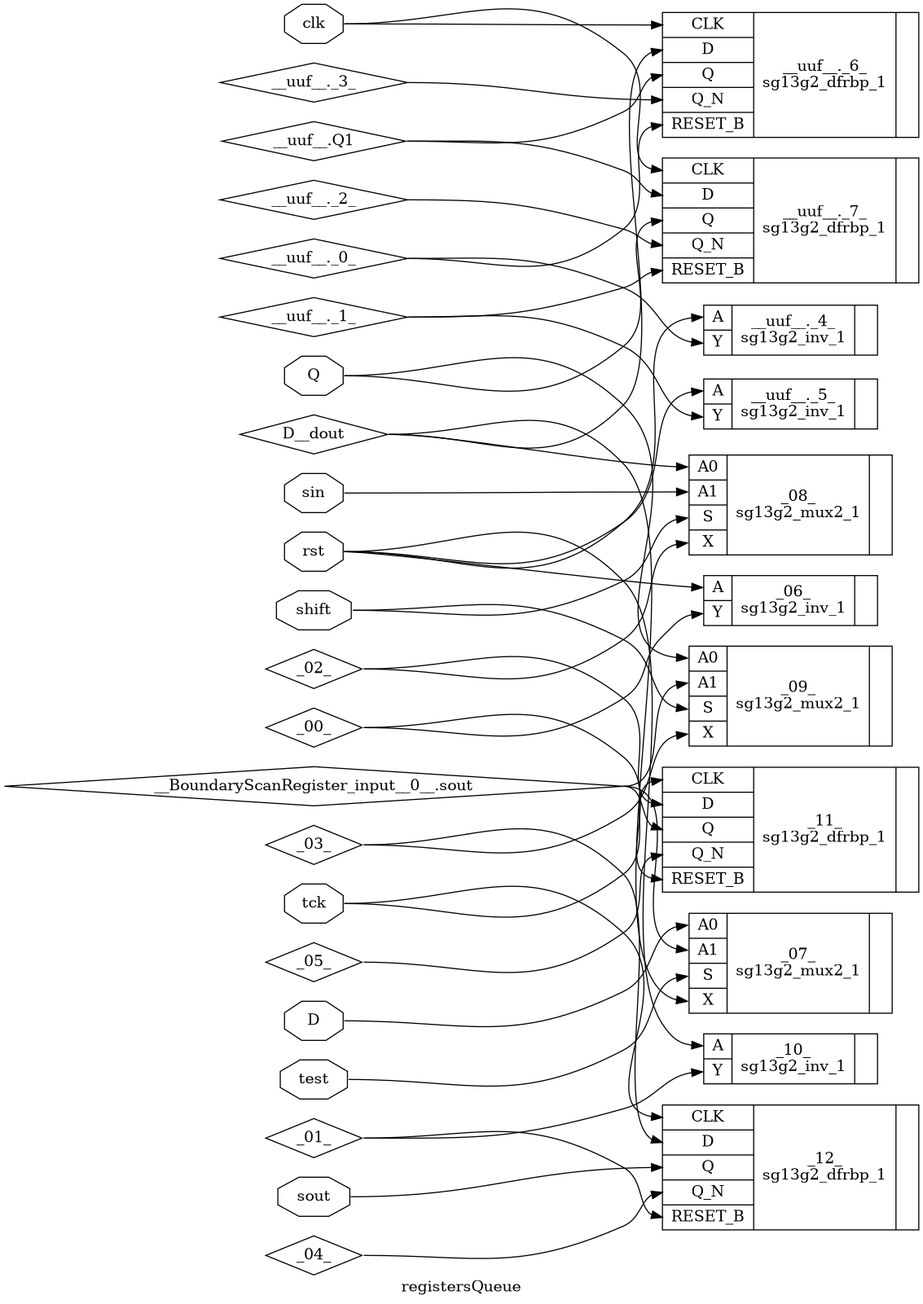
Above: fault/130nm/registersQueue/img/registersQueue_sc.png in FilippoCarlone11/proveSintesi (Graphviz), before the change. Its source is kept beside it as fault/130nm/registersQueue/img/registersQueue_sc.dot. Its diagram source:
```dot
digraph "registersQueue" {
label="registersQueue";
rankdir="LR";
remincross=true;
n1 [ shape=diamond, label="__uuf__._3_", color="black", fontcolor="black"];
n2 [ shape=diamond, label="__uuf__._2_", color="black", fontcolor="black"];
n3 [ shape=diamond, label="__uuf__._1_", color="black", fontcolor="black"];
n4 [ shape=diamond, label="__uuf__._0_", color="black", fontcolor="black"];
n5 [ shape=diamond, label="__uuf__.Q1", color="black", fontcolor="black"];
n6 [ shape=diamond, label="__BoundaryScanRegister_input__0__.sout", color="black", fontcolor="black"];
n7 [ shape=diamond, label="D__dout", color="black", fontcolor="black"];
n8 [ shape=diamond, label="_05_", color="black", fontcolor="black"];
n9 [ shape=diamond, label="_04_", color="black", fontcolor="black"];
n10 [ shape=diamond, label="_03_", color="black", fontcolor="black"];
n11 [ shape=diamond, label="_02_", color="black", fontcolor="black"];
n12 [ shape=diamond, label="_01_", color="black", fontcolor="black"];
n13 [ shape=diamond, label="_00_", color="black", fontcolor="black"];
n14 [ shape=octagon, label="test", color="black", fontcolor="black"];
n15 [ shape=octagon, label="tck", color="black", fontcolor="black"];
n16 [ shape=octagon, label="sout", color="black", fontcolor="black"];
n17 [ shape=octagon, label="shift", color="black", fontcolor="black"];
n18 [ shape=octagon, label="sin", color="black", fontcolor="black"];
n19 [ shape=octagon, label="Q", color="black", fontcolor="black"];
n20 [ shape=octagon, label="D", color="black", fontcolor="black"];
n21 [ shape=octagon, label="rst", color="black", fontcolor="black"];
n22 [ shape=octagon, label="clk", color="black", fontcolor="black"];
c26 [ shape=record, label="{{<p23> CLK|<p20> D|<p19> Q|<p24> Q_N|<p25> RESET_B}|__uuf__._7_\nsg13g2_dfrbp_1|{}}",  ];
c27 [ shape=record, label="{{<p23> CLK|<p20> D|<p19> Q|<p24> Q_N|<p25> RESET_B}|__uuf__._6_\nsg13g2_dfrbp_1|{}}",  ];
c30 [ shape=record, label="{{<p28> A|<p29> Y}|__uuf__._5_\nsg13g2_inv_1|{}}",  ];
c31 [ shape=record, label="{{<p28> A|<p29> Y}|__uuf__._4_\nsg13g2_inv_1|{}}",  ];
c32 [ shape=record, label="{{<p23> CLK|<p20> D|<p19> Q|<p24> Q_N|<p25> RESET_B}|_12_\nsg13g2_dfrbp_1|{}}",  ];
c33 [ shape=record, label="{{<p23> CLK|<p20> D|<p19> Q|<p24> Q_N|<p25> RESET_B}|_11_\nsg13g2_dfrbp_1|{}}",  ];
c34 [ shape=record, label="{{<p28> A|<p29> Y}|_10_\nsg13g2_inv_1|{}}",  ];
c39 [ shape=record, label="{{<p35> A0|<p36> A1|<p37> S|<p38> X}|_09_\nsg13g2_mux2_1|{}}",  ];
c40 [ shape=record, label="{{<p35> A0|<p36> A1|<p37> S|<p38> X}|_08_\nsg13g2_mux2_1|{}}",  ];
c41 [ shape=record, label="{{<p35> A0|<p36> A1|<p37> S|<p38> X}|_07_\nsg13g2_mux2_1|{}}",  ];
c42 [ shape=record, label="{{<p28> A|<p29> Y}|_06_\nsg13g2_inv_1|{}}",  ];
n1:e -> c27:p24:w [color="black", fontcolor="black", label=""];
n10:e -> c32:p20:w [color="black", fontcolor="black", label=""];
n10:e -> c39:p38:w [color="black", fontcolor="black", label=""];
n11:e -> c33:p20:w [color="black", fontcolor="black", label=""];
n11:e -> c40:p38:w [color="black", fontcolor="black", label=""];
n12:e -> c32:p25:w [color="black", fontcolor="black", label=""];
n12:e -> c34:p29:w [color="black", fontcolor="black", label=""];
n13:e -> c33:p25:w [color="black", fontcolor="black", label=""];
n13:e -> c42:p29:w [color="black", fontcolor="black", label=""];
n14:e -> c41:p37:w [color="black", fontcolor="black", label=""];
n15:e -> c32:p23:w [color="black", fontcolor="black", label=""];
n15:e -> c33:p23:w [color="black", fontcolor="black", label=""];
n16:e -> c32:p19:w [color="black", fontcolor="black", label=""];
n17:e -> c39:p37:w [color="black", fontcolor="black", label=""];
n17:e -> c40:p37:w [color="black", fontcolor="black", label=""];
n18:e -> c40:p36:w [color="black", fontcolor="black", label=""];
n19:e -> c26:p19:w [color="black", fontcolor="black", label=""];
n19:e -> c39:p35:w [color="black", fontcolor="black", label=""];
n2:e -> c26:p24:w [color="black", fontcolor="black", label=""];
n20:e -> c41:p35:w [color="black", fontcolor="black", label=""];
n21:e -> c30:p28:w [color="black", fontcolor="black", label=""];
n21:e -> c31:p28:w [color="black", fontcolor="black", label=""];
n21:e -> c34:p28:w [color="black", fontcolor="black", label=""];
n21:e -> c42:p28:w [color="black", fontcolor="black", label=""];
n22:e -> c26:p23:w [color="black", fontcolor="black", label=""];
n22:e -> c27:p23:w [color="black", fontcolor="black", label=""];
n3:e -> c26:p25:w [color="black", fontcolor="black", label=""];
n3:e -> c30:p29:w [color="black", fontcolor="black", label=""];
n4:e -> c27:p25:w [color="black", fontcolor="black", label=""];
n4:e -> c31:p29:w [color="black", fontcolor="black", label=""];
n5:e -> c26:p20:w [color="black", fontcolor="black", label=""];
n5:e -> c27:p19:w [color="black", fontcolor="black", label=""];
n6:e -> c33:p19:w [color="black", fontcolor="black", label=""];
n6:e -> c39:p36:w [color="black", fontcolor="black", label=""];
n6:e -> c41:p36:w [color="black", fontcolor="black", label=""];
n7:e -> c27:p20:w [color="black", fontcolor="black", label=""];
n7:e -> c40:p35:w [color="black", fontcolor="black", label=""];
n7:e -> c41:p38:w [color="black", fontcolor="black", label=""];
n8:e -> c33:p24:w [color="black", fontcolor="black", label=""];
n9:e -> c32:p24:w [color="black", fontcolor="black", label=""];
}
```
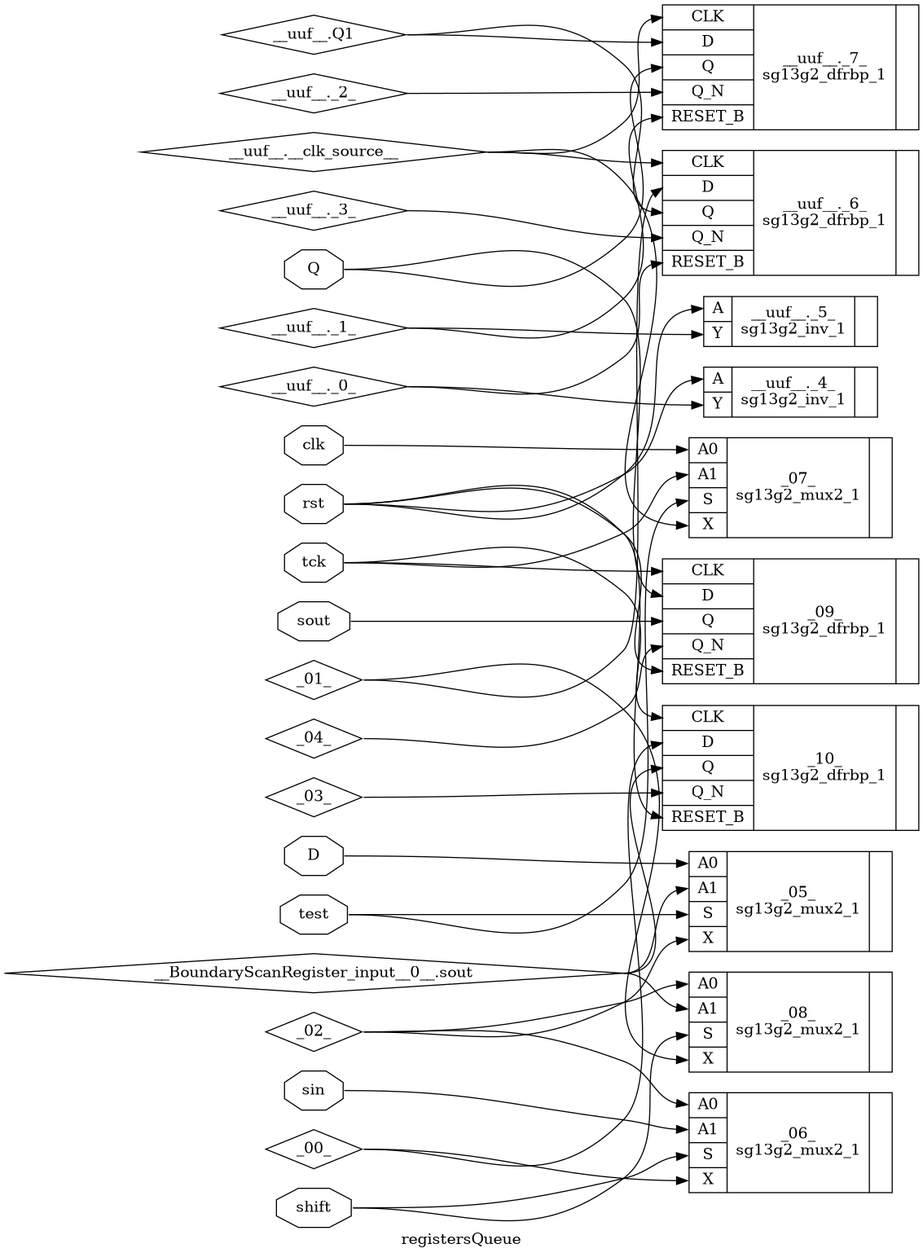
The same diagram one commit later.

What changed in the source:
```diff
@@ -2,77 +2,75 @@
 label="registersQueue";
 rankdir="LR";
 remincross=true;
-n1 [ shape=diamond, label="__uuf__._3_", color="black", fontcolor="black"];
-n2 [ shape=diamond, label="__uuf__._2_", color="black", fontcolor="black"];
-n3 [ shape=diamond, label="__uuf__._1_", color="black", fontcolor="black"];
-n4 [ shape=diamond, label="__uuf__._0_", color="black", fontcolor="black"];
-n5 [ shape=diamond, label="__uuf__.Q1", color="black", fontcolor="black"];
-n6 [ shape=diamond, label="__BoundaryScanRegister_input__0__.sout", color="black", fontcolor="black"];
-n7 [ shape=diamond, label="D__dout", color="black", fontcolor="black"];
-n8 [ shape=diamond, label="_05_", color="black", fontcolor="black"];
-n9 [ shape=diamond, label="_04_", color="black", fontcolor="black"];
-n10 [ shape=diamond, label="_03_", color="black", fontcolor="black"];
-n11 [ shape=diamond, label="_02_", color="black", fontcolor="black"];
-n12 [ shape=diamond, label="_01_", color="black", fontcolor="black"];
-n13 [ shape=diamond, label="_00_", color="black", fontcolor="black"];
-n14 [ shape=octagon, label="test", color="black", fontcolor="black"];
-n15 [ shape=octagon, label="tck", color="black", fontcolor="black"];
-n16 [ shape=octagon, label="sout", color="black", fontcolor="black"];
-n17 [ shape=octagon, label="shift", color="black", fontcolor="black"];
-n18 [ shape=octagon, label="sin", color="black", fontcolor="black"];
-n19 [ shape=octagon, label="Q", color="black", fontcolor="black"];
-n20 [ shape=octagon, label="D", color="black", fontcolor="black"];
-n21 [ shape=octagon, label="rst", color="black", fontcolor="black"];
-n22 [ shape=octagon, label="clk", color="black", fontcolor="black"];
-c26 [ shape=record, label="{{<p23> CLK|<p20> D|<p19> Q|<p24> Q_N|<p25> RESET_B}|__uuf__._7_\nsg13g2_dfrbp_1|{}}",  ];
-c27 [ shape=record, label="{{<p23> CLK|<p20> D|<p19> Q|<p24> Q_N|<p25> RESET_B}|__uuf__._6_\nsg13g2_dfrbp_1|{}}",  ];
-c30 [ shape=record, label="{{<p28> A|<p29> Y}|__uuf__._5_\nsg13g2_inv_1|{}}",  ];
-c31 [ shape=record, label="{{<p28> A|<p29> Y}|__uuf__._4_\nsg13g2_inv_1|{}}",  ];
-c32 [ shape=record, label="{{<p23> CLK|<p20> D|<p19> Q|<p24> Q_N|<p25> RESET_B}|_12_\nsg13g2_dfrbp_1|{}}",  ];
-c33 [ shape=record, label="{{<p23> CLK|<p20> D|<p19> Q|<p24> Q_N|<p25> RESET_B}|_11_\nsg13g2_dfrbp_1|{}}",  ];
-c34 [ shape=record, label="{{<p28> A|<p29> Y}|_10_\nsg13g2_inv_1|{}}",  ];
-c39 [ shape=record, label="{{<p35> A0|<p36> A1|<p37> S|<p38> X}|_09_\nsg13g2_mux2_1|{}}",  ];
-c40 [ shape=record, label="{{<p35> A0|<p36> A1|<p37> S|<p38> X}|_08_\nsg13g2_mux2_1|{}}",  ];
-c41 [ shape=record, label="{{<p35> A0|<p36> A1|<p37> S|<p38> X}|_07_\nsg13g2_mux2_1|{}}",  ];
-c42 [ shape=record, label="{{<p28> A|<p29> Y}|_06_\nsg13g2_inv_1|{}}",  ];
-n1:e -> c27:p24:w [color="black", fontcolor="black", label=""];
-n10:e -> c32:p20:w [color="black", fontcolor="black", label=""];
-n10:e -> c39:p38:w [color="black", fontcolor="black", label=""];
-n11:e -> c33:p20:w [color="black", fontcolor="black", label=""];
-n11:e -> c40:p38:w [color="black", fontcolor="black", label=""];
-n12:e -> c32:p25:w [color="black", fontcolor="black", label=""];
-n12:e -> c34:p29:w [color="black", fontcolor="black", label=""];
-n13:e -> c33:p25:w [color="black", fontcolor="black", label=""];
-n13:e -> c42:p29:w [color="black", fontcolor="black", label=""];
-n14:e -> c41:p37:w [color="black", fontcolor="black", label=""];
-n15:e -> c32:p23:w [color="black", fontcolor="black", label=""];
-n15:e -> c33:p23:w [color="black", fontcolor="black", label=""];
-n16:e -> c32:p19:w [color="black", fontcolor="black", label=""];
-n17:e -> c39:p37:w [color="black", fontcolor="black", label=""];
-n17:e -> c40:p37:w [color="black", fontcolor="black", label=""];
-n18:e -> c40:p36:w [color="black", fontcolor="black", label=""];
-n19:e -> c26:p19:w [color="black", fontcolor="black", label=""];
-n19:e -> c39:p35:w [color="black", fontcolor="black", label=""];
-n2:e -> c26:p24:w [color="black", fontcolor="black", label=""];
-n20:e -> c41:p35:w [color="black", fontcolor="black", label=""];
-n21:e -> c30:p28:w [color="black", fontcolor="black", label=""];
-n21:e -> c31:p28:w [color="black", fontcolor="black", label=""];
-n21:e -> c34:p28:w [color="black", fontcolor="black", label=""];
-n21:e -> c42:p28:w [color="black", fontcolor="black", label=""];
-n22:e -> c26:p23:w [color="black", fontcolor="black", label=""];
-n22:e -> c27:p23:w [color="black", fontcolor="black", label=""];
-n3:e -> c26:p25:w [color="black", fontcolor="black", label=""];
-n3:e -> c30:p29:w [color="black", fontcolor="black", label=""];
-n4:e -> c27:p25:w [color="black", fontcolor="black", label=""];
-n4:e -> c31:p29:w [color="black", fontcolor="black", label=""];
-n5:e -> c26:p20:w [color="black", fontcolor="black", label=""];
-n5:e -> c27:p19:w [color="black", fontcolor="black", label=""];
-n6:e -> c33:p19:w [color="black", fontcolor="black", label=""];
-n6:e -> c39:p36:w [color="black", fontcolor="black", label=""];
-n6:e -> c41:p36:w [color="black", fontcolor="black", label=""];
-n7:e -> c27:p20:w [color="black", fontcolor="black", label=""];
-n7:e -> c40:p35:w [color="black", fontcolor="black", label=""];
-n7:e -> c41:p38:w [color="black", fontcolor="black", label=""];
-n8:e -> c33:p24:w [color="black", fontcolor="black", label=""];
-n9:e -> c32:p24:w [color="black", fontcolor="black", label=""];
+n1 [ shape=diamond, label="__uuf__.__clk_source__", color="black", fontcolor="black"];
+n2 [ shape=diamond, label="__uuf__._3_", color="black", fontcolor="black"];
+n3 [ shape=diamond, label="__uuf__._2_", color="black", fontcolor="black"];
+n4 [ shape=diamond, label="__uuf__._1_", color="black", fontcolor="black"];
+n5 [ shape=diamond, label="__uuf__._0_", color="black", fontcolor="black"];
+n6 [ shape=diamond, label="__uuf__.Q1", color="black", fontcolor="black"];
+n7 [ shape=diamond, label="__BoundaryScanRegister_input__0__.sout", color="black", fontcolor="black"];
+n8 [ shape=diamond, label="_04_", color="black", fontcolor="black"];
+n9 [ shape=diamond, label="_03_", color="black", fontcolor="black"];
+n10 [ shape=diamond, label="_02_", color="black", fontcolor="black"];
+n11 [ shape=diamond, label="_01_", color="black", fontcolor="black"];
+n12 [ shape=diamond, label="_00_", color="black", fontcolor="black"];
+n13 [ shape=octagon, label="test", color="black", fontcolor="black"];
+n14 [ shape=octagon, label="tck", color="black", fontcolor="black"];
+n15 [ shape=octagon, label="sout", color="black", fontcolor="black"];
+n16 [ shape=octagon, label="shift", color="black", fontcolor="black"];
+n17 [ shape=octagon, label="sin", color="black", fontcolor="black"];
+n18 [ shape=octagon, label="Q", color="black", fontcolor="black"];
+n19 [ shape=octagon, label="D", color="black", fontcolor="black"];
+n20 [ shape=octagon, label="rst", color="black", fontcolor="black"];
+n21 [ shape=octagon, label="clk", color="black", fontcolor="black"];
+c25 [ shape=record, label="{{<p22> CLK|<p19> D|<p18> Q|<p23> Q_N|<p24> RESET_B}|__uuf__._7_\nsg13g2_dfrbp_1|{}}",  ];
+c26 [ shape=record, label="{{<p22> CLK|<p19> D|<p18> Q|<p23> Q_N|<p24> RESET_B}|__uuf__._6_\nsg13g2_dfrbp_1|{}}",  ];
+c29 [ shape=record, label="{{<p27> A|<p28> Y}|__uuf__._5_\nsg13g2_inv_1|{}}",  ];
+c30 [ shape=record, label="{{<p27> A|<p28> Y}|__uuf__._4_\nsg13g2_inv_1|{}}",  ];
+c31 [ shape=record, label="{{<p22> CLK|<p19> D|<p18> Q|<p23> Q_N|<p24> RESET_B}|_10_\nsg13g2_dfrbp_1|{}}",  ];
+c32 [ shape=record, label="{{<p22> CLK|<p19> D|<p18> Q|<p23> Q_N|<p24> RESET_B}|_09_\nsg13g2_dfrbp_1|{}}",  ];
+c37 [ shape=record, label="{{<p33> A0|<p34> A1|<p35> S|<p36> X}|_08_\nsg13g2_mux2_1|{}}",  ];
+c38 [ shape=record, label="{{<p33> A0|<p34> A1|<p35> S|<p36> X}|_07_\nsg13g2_mux2_1|{}}",  ];
+c39 [ shape=record, label="{{<p33> A0|<p34> A1|<p35> S|<p36> X}|_06_\nsg13g2_mux2_1|{}}",  ];
+c40 [ shape=record, label="{{<p33> A0|<p34> A1|<p35> S|<p36> X}|_05_\nsg13g2_mux2_1|{}}",  ];
+n1:e -> c25:p22:w [color="black", fontcolor="black", label=""];
+n1:e -> c26:p22:w [color="black", fontcolor="black", label=""];
+n1:e -> c38:p36:w [color="black", fontcolor="black", label=""];
+n10:e -> c37:p33:w [color="black", fontcolor="black", label=""];
+n10:e -> c39:p33:w [color="black", fontcolor="black", label=""];
+n10:e -> c40:p36:w [color="black", fontcolor="black", label=""];
+n11:e -> c26:p19:w [color="black", fontcolor="black", label=""];
+n11:e -> c37:p36:w [color="black", fontcolor="black", label=""];
+n12:e -> c31:p19:w [color="black", fontcolor="black", label=""];
+n12:e -> c39:p36:w [color="black", fontcolor="black", label=""];
+n13:e -> c38:p35:w [color="black", fontcolor="black", label=""];
+n13:e -> c40:p35:w [color="black", fontcolor="black", label=""];
+n14:e -> c31:p22:w [color="black", fontcolor="black", label=""];
+n14:e -> c32:p22:w [color="black", fontcolor="black", label=""];
+n14:e -> c38:p34:w [color="black", fontcolor="black", label=""];
+n15:e -> c32:p18:w [color="black", fontcolor="black", label=""];
+n16:e -> c37:p35:w [color="black", fontcolor="black", label=""];
+n16:e -> c39:p35:w [color="black", fontcolor="black", label=""];
+n17:e -> c39:p34:w [color="black", fontcolor="black", label=""];
+n18:e -> c25:p18:w [color="black", fontcolor="black", label=""];
+n18:e -> c32:p19:w [color="black", fontcolor="black", label=""];
+n19:e -> c40:p33:w [color="black", fontcolor="black", label=""];
+n2:e -> c26:p23:w [color="black", fontcolor="black", label=""];
+n20:e -> c29:p27:w [color="black", fontcolor="black", label=""];
+n20:e -> c30:p27:w [color="black", fontcolor="black", label=""];
+n20:e -> c31:p24:w [color="black", fontcolor="black", label=""];
+n20:e -> c32:p24:w [color="black", fontcolor="black", label=""];
+n21:e -> c38:p33:w [color="black", fontcolor="black", label=""];
+n3:e -> c25:p23:w [color="black", fontcolor="black", label=""];
+n4:e -> c25:p24:w [color="black", fontcolor="black", label=""];
+n4:e -> c29:p28:w [color="black", fontcolor="black", label=""];
+n5:e -> c26:p24:w [color="black", fontcolor="black", label=""];
+n5:e -> c30:p28:w [color="black", fontcolor="black", label=""];
+n6:e -> c25:p19:w [color="black", fontcolor="black", label=""];
+n6:e -> c26:p18:w [color="black", fontcolor="black", label=""];
+n7:e -> c31:p18:w [color="black", fontcolor="black", label=""];
+n7:e -> c37:p34:w [color="black", fontcolor="black", label=""];
+n7:e -> c40:p34:w [color="black", fontcolor="black", label=""];
+n8:e -> c32:p23:w [color="black", fontcolor="black", label=""];
+n9:e -> c31:p23:w [color="black", fontcolor="black", label=""];
 }
```
